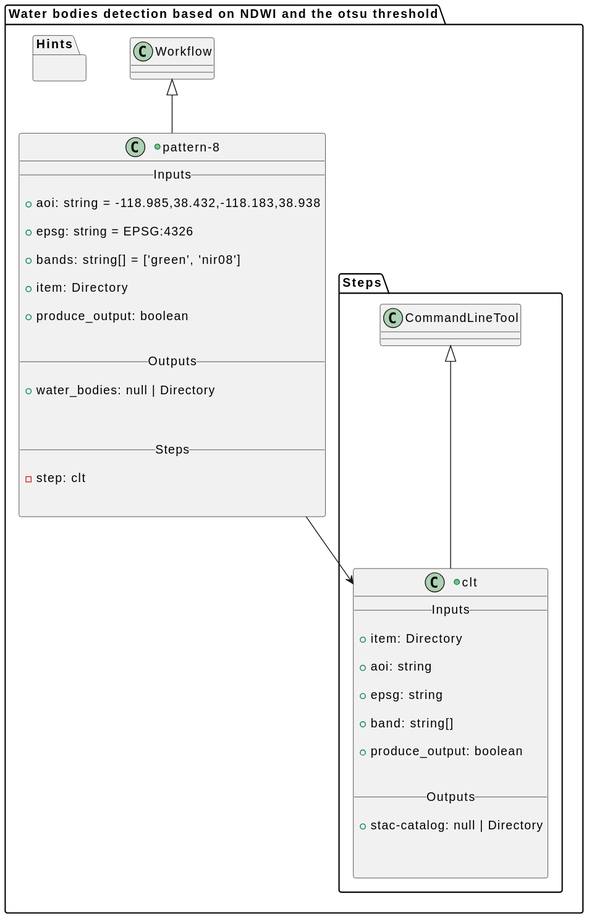
Before: docs/pattern-8/class.svg, a diagram exported from PlantUML (eoap/application-package-patterns).
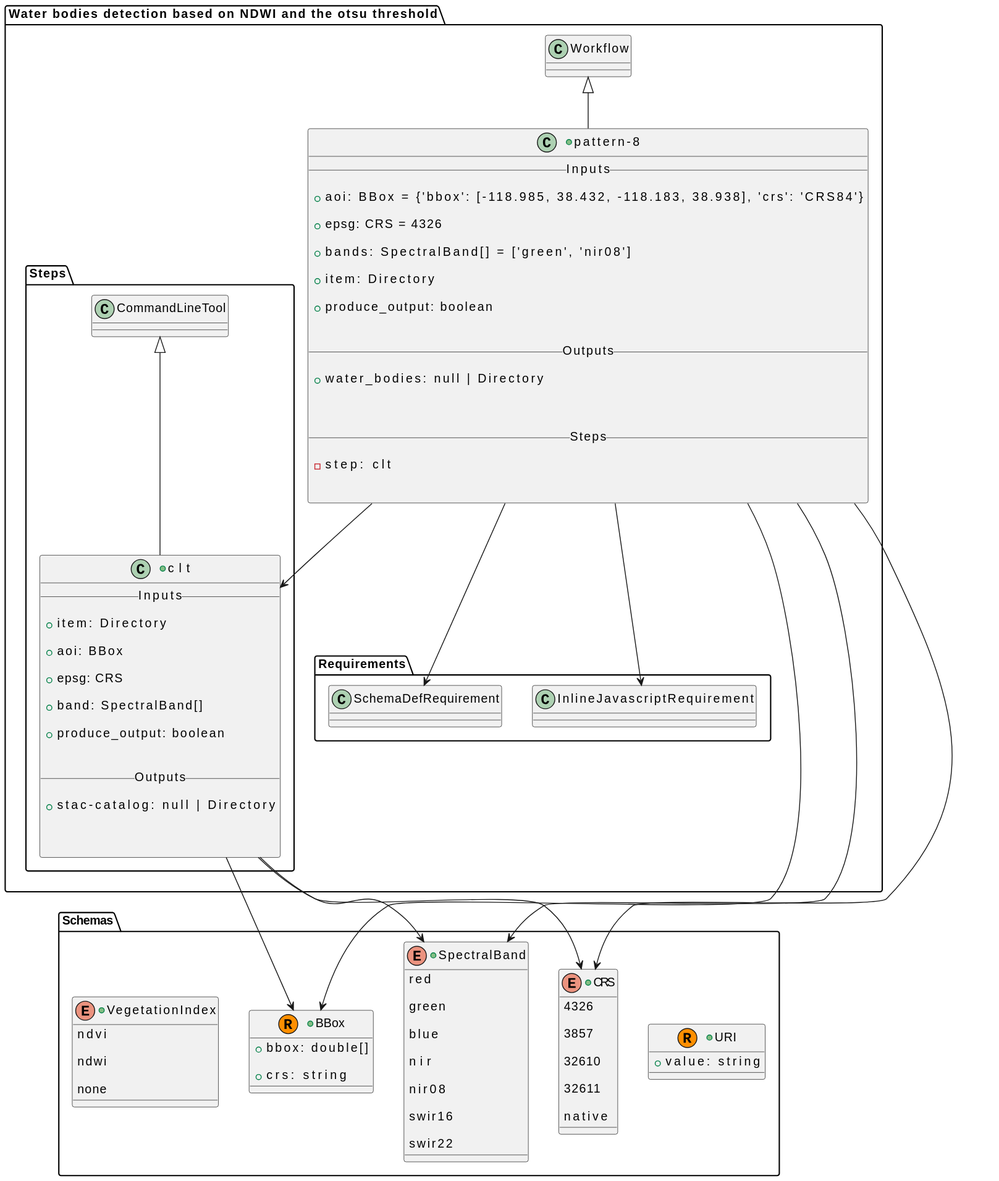
After the commit.

The edit, as a diff of the source:
```diff
@@ -1,4 +1,28 @@
 @startuml
+            package "Schemas" {
+
+
+
+
+                        +record URI {
+
+        +value: string
+
+    }
+
+
+
+
+
+
+
+                        +record BBox {
+
+        +bbox: double[]
+
+        +crs: string
+
+    }
 
 
 
@@ -7,8 +31,58 @@
 
 
 
+                        +enum SpectralBand {
+
+        red
+
+        green
+
+        blue
+
+        nir
+
+        nir08
+
+        swir16
+
+        swir22
+
+    }
 
 
+
+
+
+                        +enum CRS {
+
+        4326
+
+        3857
+
+        32610
+
+        32611
+
+        native
+
+    }
+
+
+
+
+
+                        +enum VegetationIndex {
+
+        ndvi
+
+        ndwi
+
+        none
+
+    }
+
+
+            }
 
 
 
@@ -20,11 +94,11 @@
     +class "pattern-8" as Workflow_pattern_8 extends Workflow {
         __ Inputs __
 
-        + aoi: string = -118.985,38.432,-118.183,38.938
+        + aoi: BBox = {'bbox': [-118.985, 38.432, -118.183, 38.938], 'crs': 'CRS84'}
 
-        + epsg: string = EPSG:4326
+        + epsg: CRS = 4326
 
-        + bands: string[] = ['green', 'nir08']
+        + bands: SpectralBand[] = ['green', 'nir08']
 
         + item: Directory
 
@@ -46,12 +120,15 @@
 
 
 
+        Workflow_pattern_8 --> BBox
 
 
 
+        Workflow_pattern_8 --> CRS
 
 
 
+        Workflow_pattern_8 --> SpectralBand
 
 
 
@@ -74,11 +151,11 @@
 
         + item: Directory
 
-        + aoi: string
+        + aoi: BBox
 
-        + epsg: string
+        + epsg: CRS
 
-        + band: string[]
+        + band: SpectralBand[]
 
         + produce_output: boolean
 
@@ -96,6 +173,11 @@
 
 
 
+        CommandLineTool_clt --> BBox
+
+
+
+        CommandLineTool_clt --> CRS
 
 
 
@@ -103,9 +185,7 @@
 
 
 
-
-
-
+        CommandLineTool_clt --> SpectralBand
 
 
 
@@ -118,13 +198,21 @@
 
 
 
+    package "Requirements" {
 
 
-    package "Hints" {
+        class InlineJavascriptRequirement
+        Workflow_pattern_8 --> InlineJavascriptRequirement
 
+
+
+        class SchemaDefRequirement
+        Workflow_pattern_8 --> SchemaDefRequirement
 
 
     }
 
+
+
 }
 @enduml
```
